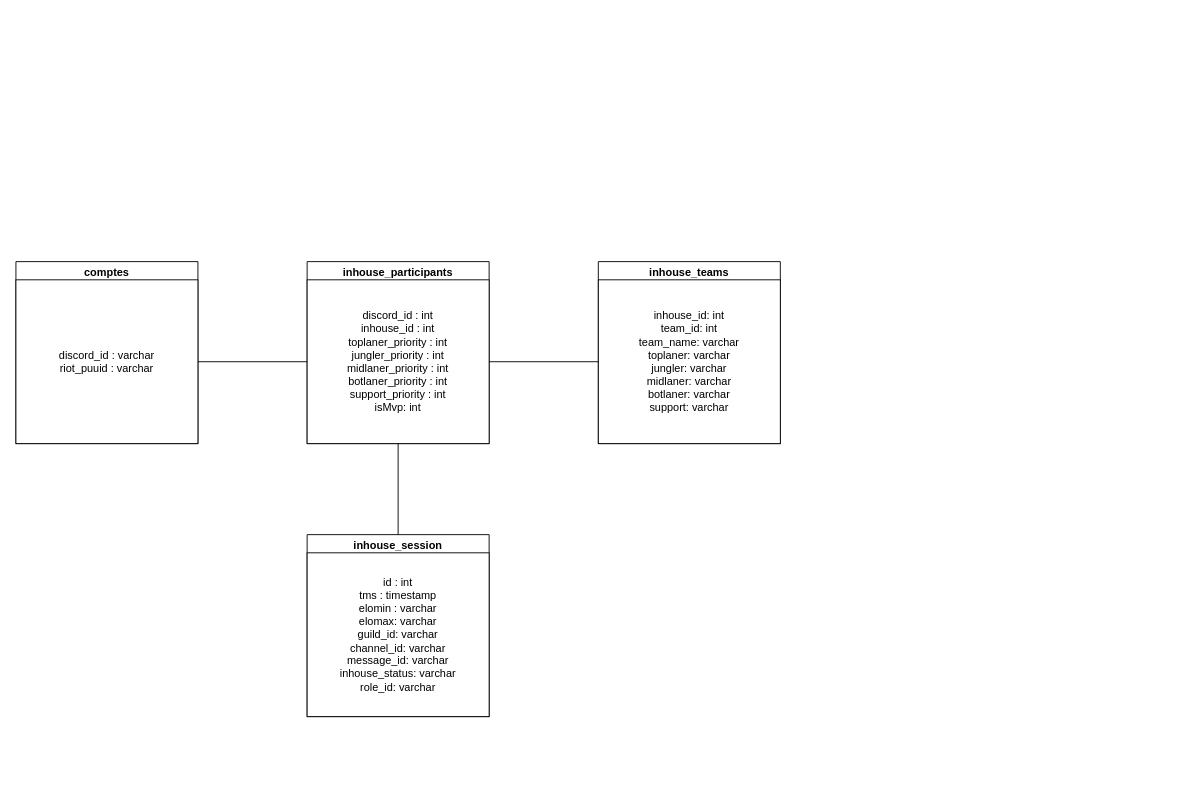
Above: database/database.drawio in Evileoo/beta-bot (draw.io), before the change. Source tidied: cells renumbered, new cells numbered last; positions are measured from the earlier drawing's top-left corner, leaving out a move shared by most shapes. Both pictures are drawn from the tidied source at 91%, with x=0, y=0 at pixel (15, 261).
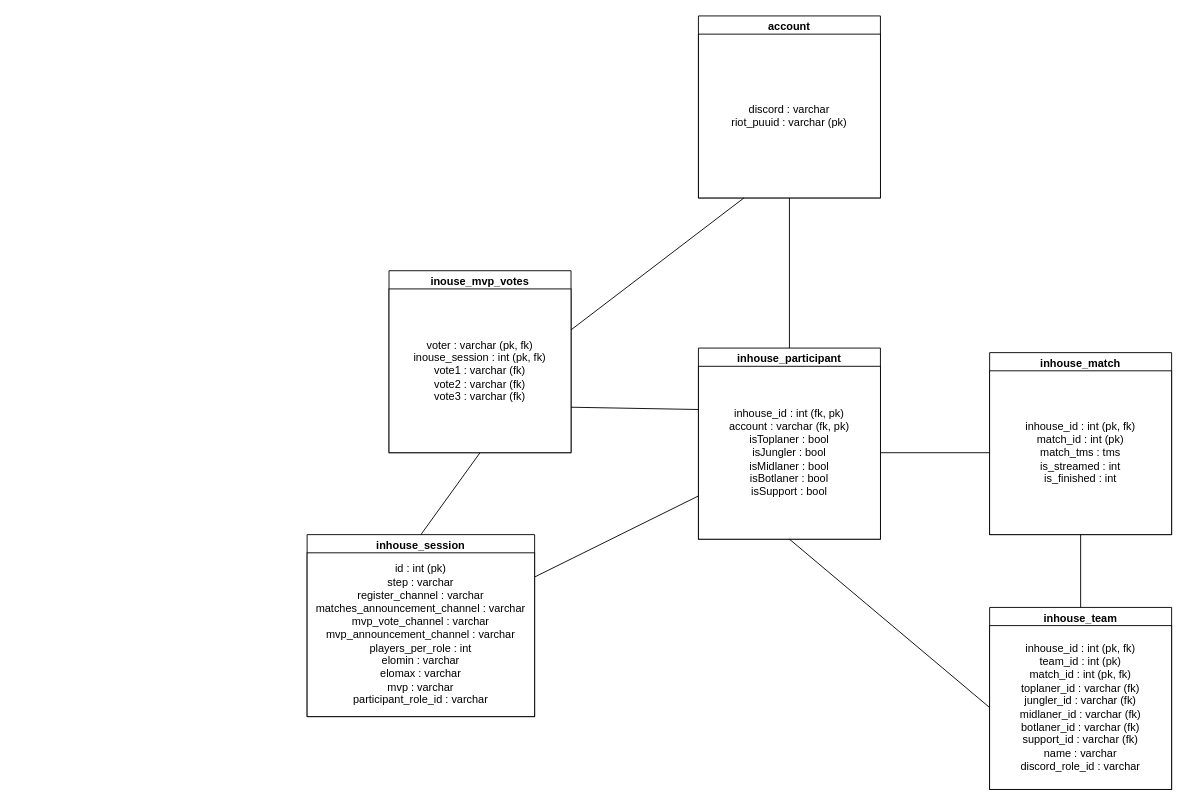
After the change.

Commit message (it also covers changes not shown here):
upadating whole database and account management, inhouse will come later

What changed in the source:
```diff
@@
-    <mxCell id="2" value="comptes" style="swimlane;whiteSpace=wrap;html=1;" parent="1" vertex="1">
-      <mxGeometry width="200" height="200" as="geometry" />
-    </mxCell>
-    <mxCell id="3" value="discord_id : varchar&lt;br&gt;riot_puuid : varchar" style="rounded=0;whiteSpace=wrap;html=1;" parent="2" vertex="1">
-      <mxGeometry y="20" width="200" height="180" as="geometry" />
-    </mxCell>
+    <mxCell id="12" value="account" style="swimlane;whiteSpace=wrap;html=1;" parent="1" vertex="1">
+      <mxGeometry x="750" y="-270" width="200" height="200" as="geometry" />
+    </mxCell>
+    <mxCell id="13" value="discord : varchar&lt;br&gt;riot_puuid : varchar (pk)" style="rounded=0;whiteSpace=wrap;html=1;" parent="12" vertex="1">
+      <mxGeometry y="20" width="200" height="180" as="geometry" />
+    </mxCell>
     <mxCell id="4" value="inhouse_session" style="swimlane;whiteSpace=wrap;html=1;" parent="1" vertex="1">
-      <mxGeometry x="320" y="300" width="200" height="200" as="geometry" />
+      <mxGeometry x="320" y="300" width="250" height="200" as="geometry" />
     </mxCell>
-    <mxCell id="5" value="id : int&lt;br&gt;tms : timestamp&lt;br&gt;elomin : varchar&lt;br&gt;elomax: varchar&lt;br&gt;guild_id: varchar&lt;br&gt;channel_id: varchar&lt;br&gt;message_id: varchar&lt;br&gt;inhouse_status: varchar&lt;br&gt;role_id: varchar" style="rounded=0;whiteSpace=wrap;html=1;" parent="4" vertex="1">
-      <mxGeometry y="20" width="200" height="180" as="geometry" />
-    </mxCell>
-    <mxCell id="6" value="inhouse_participants" style="swimlane;whiteSpace=wrap;html=1;" parent="1" vertex="1">
-      <mxGeometry x="320" width="200" height="200" as="geometry" />
-    </mxCell>
-    <mxCell id="7" value="discord_id : int&lt;br&gt;inhouse_id : int&lt;br&gt;toplaner_priority : int&lt;br&gt;jungler_priority : int&lt;br&gt;midlaner_priority : int&lt;br&gt;botlaner_priority : int&lt;br&gt;support_priority : int&lt;br&gt;isMvp: int" style="rounded=0;whiteSpace=wrap;html=1;" parent="6" vertex="1">
-      <mxGeometry y="20" width="200" height="180" as="geometry" />
-    </mxCell>
-    <mxCell id="8" style="endArrow=none;html=1;exitX=1;exitY=0.5;exitDx=0;exitDy=0;entryX=0;entryY=0.5;entryDx=0;entryDy=0;" parent="1" edge="1" source="3" target="7">
-      <mxGeometry relative="1" as="geometry" />
-    </mxCell>
-    <mxCell id="9" style="endArrow=none;html=1;exitX=0.5;exitY=0;exitDx=0;exitDy=0;entryX=0.5;entryY=1;entryDx=0;entryDy=0;" parent="1" edge="1" source="4" target="7">
-      <mxGeometry relative="1" as="geometry" />
-    </mxCell>
-    <mxCell id="10" value="inhouse_teams" style="swimlane;whiteSpace=wrap;html=1;" parent="1" vertex="1">
-      <mxGeometry x="640" width="200" height="200" as="geometry" />
-    </mxCell>
-    <mxCell id="11" value="inhouse_id: int&lt;br&gt;team_id: int&lt;br&gt;team_name: varchar&lt;br&gt;toplaner: varchar&lt;br&gt;jungler: varchar&lt;br&gt;midlaner: varchar&lt;br&gt;botlaner: varchar&lt;br&gt;support: varchar" style="rounded=0;whiteSpace=wrap;html=1;" parent="10" vertex="1">
-      <mxGeometry y="20" width="200" height="180" as="geometry" />
-    </mxCell>
-    <mxCell id="12" style="endArrow=none;html=1;entryX=1;entryY=0.5;entryDx=0;entryDy=0;exitX=0;exitY=0.5;exitDx=0;exitDy=0;" parent="1" edge="1" source="11" target="7">
-      <mxGeometry relative="1" as="geometry" />
-    </mxCell>
+    <mxCell id="14" value="id : int (pk)&lt;br&gt;step : varchar&lt;br&gt;register_channel : varchar&lt;br&gt;matches_announcement_channel : varchar&lt;br&gt;mvp_vote_channel : varchar&lt;br&gt;mvp_announcement_channel : varchar&lt;br&gt;players_per_role : int&lt;br&gt;elomin : varchar&lt;br&gt;elomax : varchar&lt;br&gt;mvp : varchar&lt;br&gt;participant_role_id : varchar" style="rounded=0;whiteSpace=wrap;html=1;" parent="4" vertex="1">
+      <mxGeometry y="20" width="250" height="180" as="geometry" />
+    </mxCell>
+    <mxCell id="15" value="inhouse_participant" style="swimlane;whiteSpace=wrap;html=1;" parent="1" vertex="1">
+      <mxGeometry x="750" y="95" width="200" height="210" as="geometry" />
+    </mxCell>
+    <mxCell id="16" value="inhouse_id : int (fk, pk)&lt;br&gt;account : varchar (fk, pk)&lt;br&gt;isToplaner : bool&lt;br&gt;isJungler : bool&lt;br&gt;isMidlaner : bool&lt;br&gt;isBotlaner : bool&lt;br&gt;isSupport : bool" style="rounded=0;whiteSpace=wrap;html=1;" parent="15" vertex="1">
+      <mxGeometry y="20" width="200" height="190" as="geometry" />
+    </mxCell>
+    <mxCell id="17" style="endArrow=none;html=1;exitX=1.001;exitY=0.147;exitDx=0;exitDy=0;entryX=0;entryY=0.75;entryDx=0;entryDy=0;exitPerimeter=0;" parent="1" edge="1" source="14" target="16">
+      <mxGeometry relative="1" as="geometry" />
+    </mxCell>
+    <mxCell id="18" value="inhouse_match" style="swimlane;whiteSpace=wrap;html=1;" parent="1" vertex="1">
+      <mxGeometry x="1070" y="100" width="200" height="200" as="geometry" />
+    </mxCell>
+    <mxCell id="19" value="inhouse_id : int (pk, fk)&lt;br&gt;match_id : int (pk)&lt;br&gt;match_tms : tms&lt;br&gt;is_streamed : int&lt;br&gt;is_finished : int" style="rounded=0;whiteSpace=wrap;html=1;" parent="18" vertex="1">
+      <mxGeometry y="20" width="200" height="180" as="geometry" />
+    </mxCell>
+    <mxCell id="20" value="inhouse_team" style="swimlane;whiteSpace=wrap;html=1;" parent="1" vertex="1">
+      <mxGeometry x="1070" y="380" width="200" height="200" as="geometry" />
+    </mxCell>
+    <mxCell id="21" value="inhouse_id : int (pk, fk)&lt;br&gt;team_id : int (pk)&lt;br&gt;match_id : int (pk, fk)&lt;br&gt;toplaner_id : varchar (fk)&lt;br&gt;jungler_id : varchar (fk)&lt;br&gt;midlaner_id : varchar (fk)&lt;br&gt;botlaner_id : varchar (fk)&lt;br&gt;support_id : varchar (fk)&lt;br&gt;name : varchar&lt;br&gt;discord_role_id : varchar" style="rounded=0;whiteSpace=wrap;html=1;" parent="20" vertex="1">
+      <mxGeometry y="20" width="200" height="180" as="geometry" />
+    </mxCell>
+    <mxCell id="22" style="endArrow=none;html=1;exitX=1;exitY=0.5;exitDx=0;exitDy=0;entryX=0;entryY=0.5;entryDx=0;entryDy=0;" parent="1" edge="1" source="16" target="19">
+      <mxGeometry relative="1" as="geometry" />
+    </mxCell>
+    <mxCell id="23" style="endArrow=none;html=1;exitX=0.5;exitY=1;exitDx=0;exitDy=0;entryX=0;entryY=0.5;entryDx=0;entryDy=0;" parent="1" edge="1" source="15" target="21">
+      <mxGeometry relative="1" as="geometry" />
+    </mxCell>
+    <mxCell id="24" style="endArrow=none;html=1;exitX=0.5;exitY=0;exitDx=0;exitDy=0;entryX=0.5;entryY=1;entryDx=0;entryDy=0;" parent="1" edge="1" source="20" target="18">
+      <mxGeometry relative="1" as="geometry" />
+    </mxCell>
+    <mxCell id="25" style="endArrow=none;html=1;entryX=0.5;entryY=1;entryDx=0;entryDy=0;exitX=0.5;exitY=0;exitDx=0;exitDy=0;" parent="1" edge="1" source="15" target="12">
+      <mxGeometry relative="1" as="geometry" />
+    </mxCell>
+    <mxCell id="26" value="inouse_mvp_votes" style="swimlane;whiteSpace=wrap;html=1;" parent="1" vertex="1">
+      <mxGeometry x="410" y="10" width="200" height="200" as="geometry" />
+    </mxCell>
+    <mxCell id="27" value="voter : varchar (pk, fk)&lt;br&gt;inouse_session : int (pk, fk)&lt;br&gt;vote1 : varchar (fk)&lt;br&gt;vote2 : varchar (fk)&lt;br&gt;vote3 : varchar (fk)" style="rounded=0;whiteSpace=wrap;html=1;" parent="26" vertex="1">
+      <mxGeometry y="20" width="200" height="180" as="geometry" />
+    </mxCell>
+    <mxCell id="28" style="endArrow=none;html=1;exitX=0;exitY=0.25;exitDx=0;exitDy=0;entryX=1;entryY=0.75;entryDx=0;entryDy=0;" parent="1" edge="1" source="16" target="26">
+      <mxGeometry relative="1" as="geometry" />
+    </mxCell>
+    <mxCell id="29" style="endArrow=none;html=1;exitX=1;exitY=0.25;exitDx=0;exitDy=0;entryX=0.25;entryY=1;entryDx=0;entryDy=0;" parent="1" edge="1" source="27" target="12">
+      <mxGeometry relative="1" as="geometry" />
+    </mxCell>
+    <mxCell id="30" style="endArrow=none;html=1;exitX=0.5;exitY=1;exitDx=0;exitDy=0;entryX=0.5;entryY=0;entryDx=0;entryDy=0;" parent="1" edge="1" source="26" target="4">
+      <mxGeometry relative="1" as="geometry" />
+    </mxCell>
```
